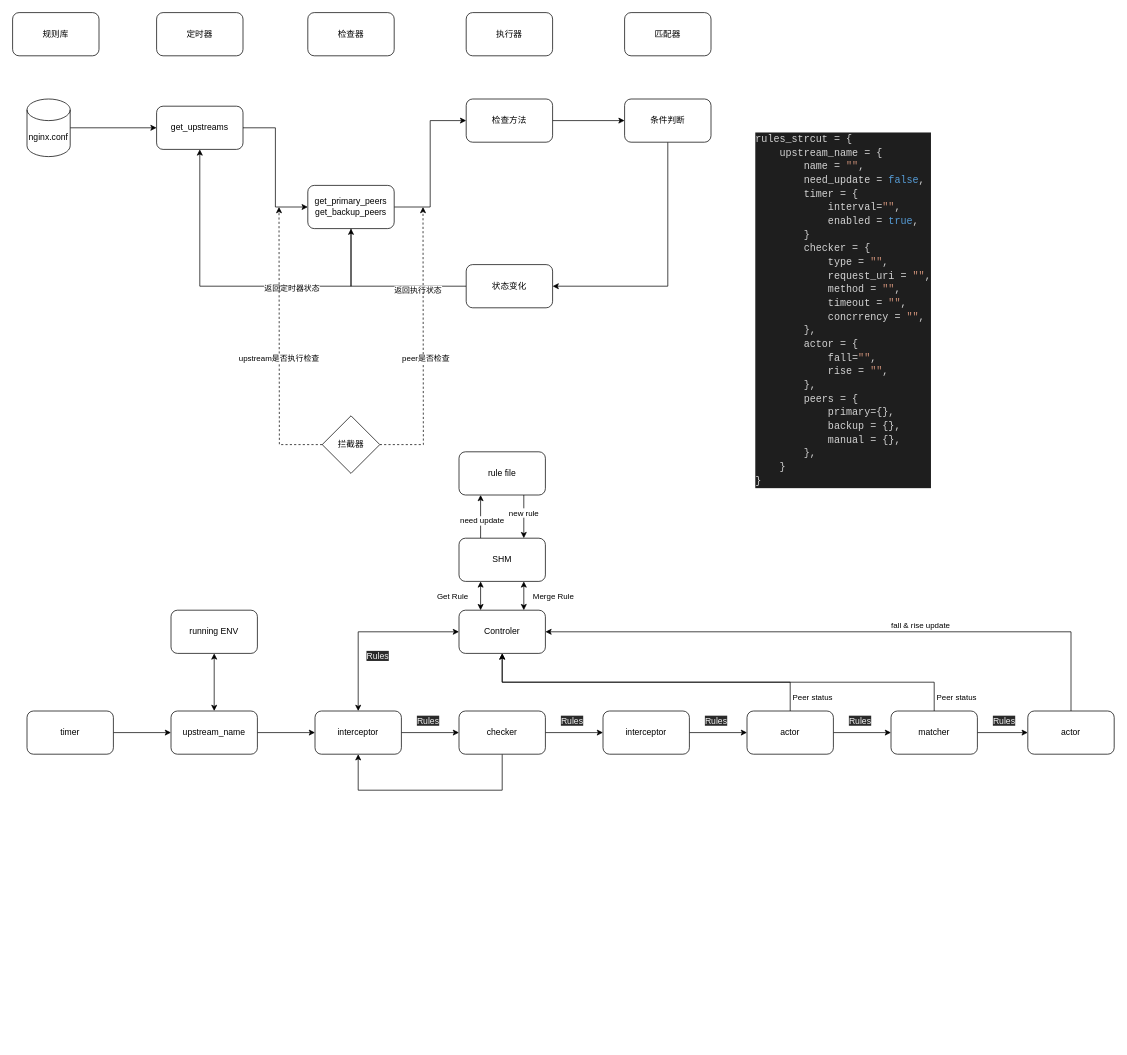
This is tools/process.drawio from reTsubasa/lua-resty-uh, a draw.io file, before an edit. Source tidied: cells renumbered, new cells numbered last; positions are measured from the earlier drawing's top-left corner, leaving out a move shared by most shapes. Both pictures are drawn from the tidied source at 72%, with x=0, y=0 at pixel (12, 12).
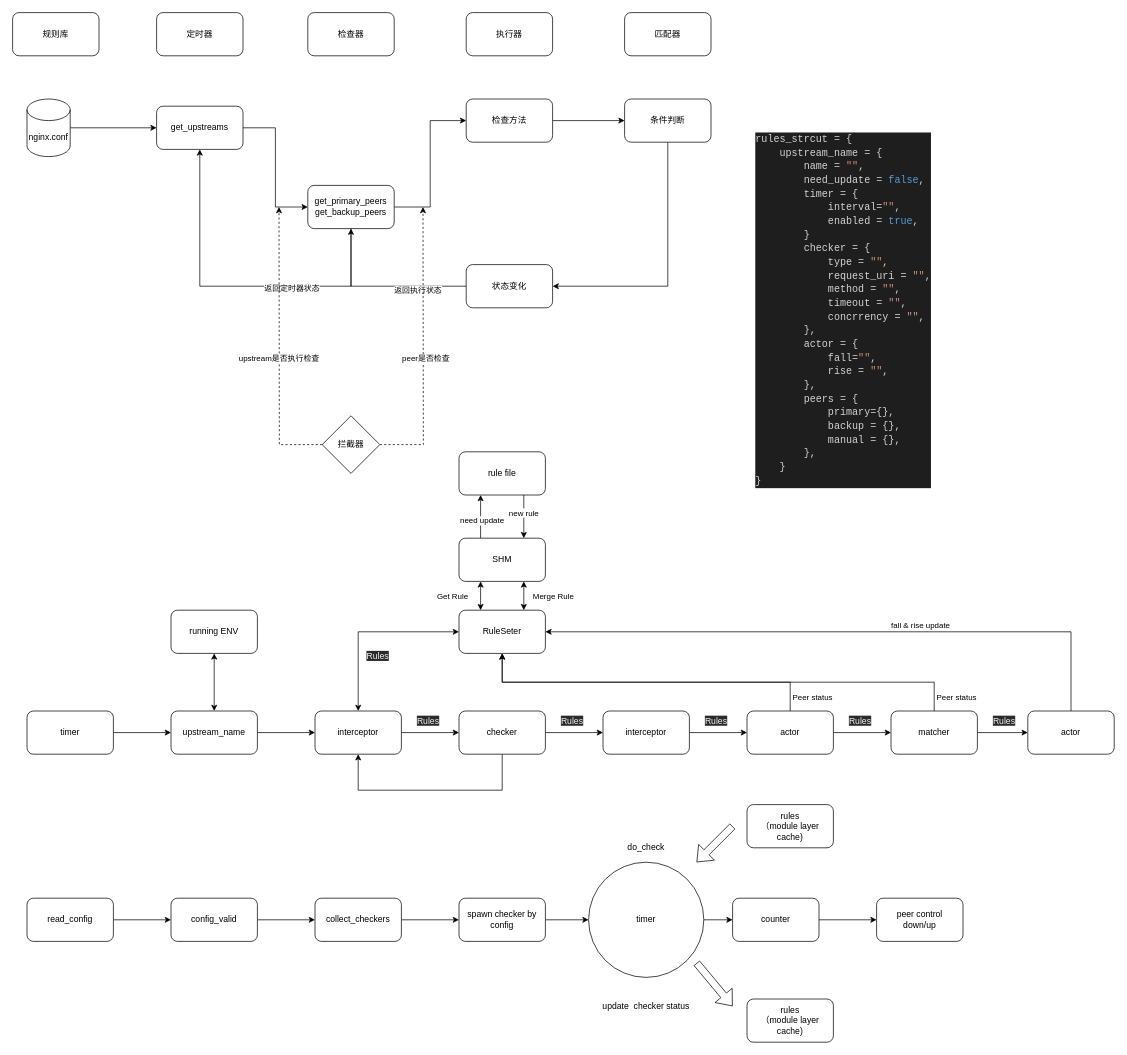
After the change.

Commit message (it also covers changes not shown here):
refect: config loader

Change to the diagram source:
```diff
@@
-    <mxCell id="52" value="Controler" style="rounded=1;whiteSpace=wrap;html=1;" parent="1" vertex="1">
+    <mxCell id="52" value="RuleSeter" style="rounded=1;whiteSpace=wrap;html=1;" parent="1" vertex="1">
       <mxGeometry x="620" y="830" width="120" height="60" as="geometry" />
     </mxCell>
@@
+    <mxCell id="70" style="edgeStyle=orthogonalEdgeStyle;rounded=0;jettySize=auto;html=1;" parent="1" edge="1" source="71" target="73">
+      <mxGeometry relative="1" as="geometry" />
+    </mxCell>
+    <mxCell id="71" value="read_config" style="rounded=1;whiteSpace=wrap;html=1;" parent="1" vertex="1">
+      <mxGeometry x="20" y="1230" width="120" height="60" as="geometry" />
+    </mxCell>
+    <mxCell id="72" style="edgeStyle=orthogonalEdgeStyle;rounded=0;jettySize=auto;html=1;" parent="1" edge="1" source="73" target="75">
+      <mxGeometry relative="1" as="geometry" />
+    </mxCell>
+    <mxCell id="73" value="config_valid" style="whiteSpace=wrap;html=1;rounded=1;" parent="1" vertex="1">
+      <mxGeometry x="220" y="1230" width="120" height="60" as="geometry" />
+    </mxCell>
+    <mxCell id="74" style="edgeStyle=orthogonalEdgeStyle;rounded=0;jettySize=auto;html=1;" parent="1" edge="1" source="75" target="77">
+      <mxGeometry relative="1" as="geometry" />
+    </mxCell>
+    <mxCell id="75" value="collect_checkers" style="whiteSpace=wrap;html=1;rounded=1;" parent="1" vertex="1">
+      <mxGeometry x="420" y="1230" width="120" height="60" as="geometry" />
+    </mxCell>
+    <mxCell id="76" style="edgeStyle=orthogonalEdgeStyle;rounded=0;jettySize=auto;html=1;" parent="1" edge="1" source="77" target="79">
+      <mxGeometry relative="1" as="geometry" />
+    </mxCell>
+    <mxCell id="77" value="spawn checker by config" style="whiteSpace=wrap;html=1;rounded=1;" parent="1" vertex="1">
+      <mxGeometry x="620" y="1230" width="120" height="60" as="geometry" />
+    </mxCell>
+    <mxCell id="78" style="edgeStyle=orthogonalEdgeStyle;rounded=0;jettySize=auto;html=1;entryX=0;entryY=0.5;entryDx=0;entryDy=0;" parent="1" edge="1" source="79" target="82">
+      <mxGeometry relative="1" as="geometry" />
+    </mxCell>
+    <mxCell id="79" value="timer" style="ellipse;whiteSpace=wrap;html=1;rounded=1;" parent="1" vertex="1">
+      <mxGeometry x="800" y="1180" width="160" height="160" as="geometry" />
+    </mxCell>
+    <mxCell id="80" value="do_check" style="text;html=1;strokeColor=none;fillColor=none;align=center;verticalAlign=middle;whiteSpace=wrap;rounded=0;" parent="1" vertex="1">
+      <mxGeometry x="860" y="1150" width="40" height="20" as="geometry" />
+    </mxCell>
+    <mxCell id="81" style="edgeStyle=orthogonalEdgeStyle;rounded=0;jettySize=auto;html=1;" parent="1" edge="1" source="82" target="83">
+      <mxGeometry relative="1" as="geometry" />
+    </mxCell>
+    <mxCell id="82" value="counter" style="rounded=1;whiteSpace=wrap;html=1;" parent="1" vertex="1">
+      <mxGeometry x="1000" y="1230" width="120" height="60" as="geometry" />
+    </mxCell>
+    <mxCell id="83" value="peer control&lt;br&gt;down/up" style="whiteSpace=wrap;html=1;rounded=1;" parent="1" vertex="1">
+      <mxGeometry x="1200" y="1230" width="120" height="60" as="geometry" />
+    </mxCell>
+    <mxCell id="84" value="update&amp;nbsp; checker status" style="text;html=1;strokeColor=none;fillColor=none;align=center;verticalAlign=middle;whiteSpace=wrap;rounded=0;" parent="1" vertex="1">
+      <mxGeometry x="795" y="1370" width="170" height="20" as="geometry" />
+    </mxCell>
+    <mxCell id="85" value="rules&lt;br&gt;（module layer cache)" style="rounded=1;whiteSpace=wrap;html=1;" parent="1" vertex="1">
+      <mxGeometry x="1020" y="1100" width="120" height="60" as="geometry" />
+    </mxCell>
+    <mxCell id="86" value="rules&lt;br&gt;（module layer cache)" style="rounded=1;whiteSpace=wrap;html=1;" parent="1" vertex="1">
+      <mxGeometry x="1020" y="1370" width="120" height="60" as="geometry" />
+    </mxCell>
+    <mxCell id="87" style="shape=flexArrow;endArrow=classic;html=1;" parent="1" edge="1">
+      <mxGeometry relative="1" as="geometry">
+        <mxPoint x="1000" y="1130" as="sourcePoint" />
+        <mxPoint x="950" y="1180" as="targetPoint" />
+      </mxGeometry>
+    </mxCell>
+    <mxCell id="88" style="shape=flexArrow;endArrow=classic;html=1;" parent="1" edge="1">
+      <mxGeometry relative="1" as="geometry">
+        <mxPoint x="950" y="1320" as="sourcePoint" />
+        <mxPoint x="1000" y="1380" as="targetPoint" />
+      </mxGeometry>
+    </mxCell>
```
